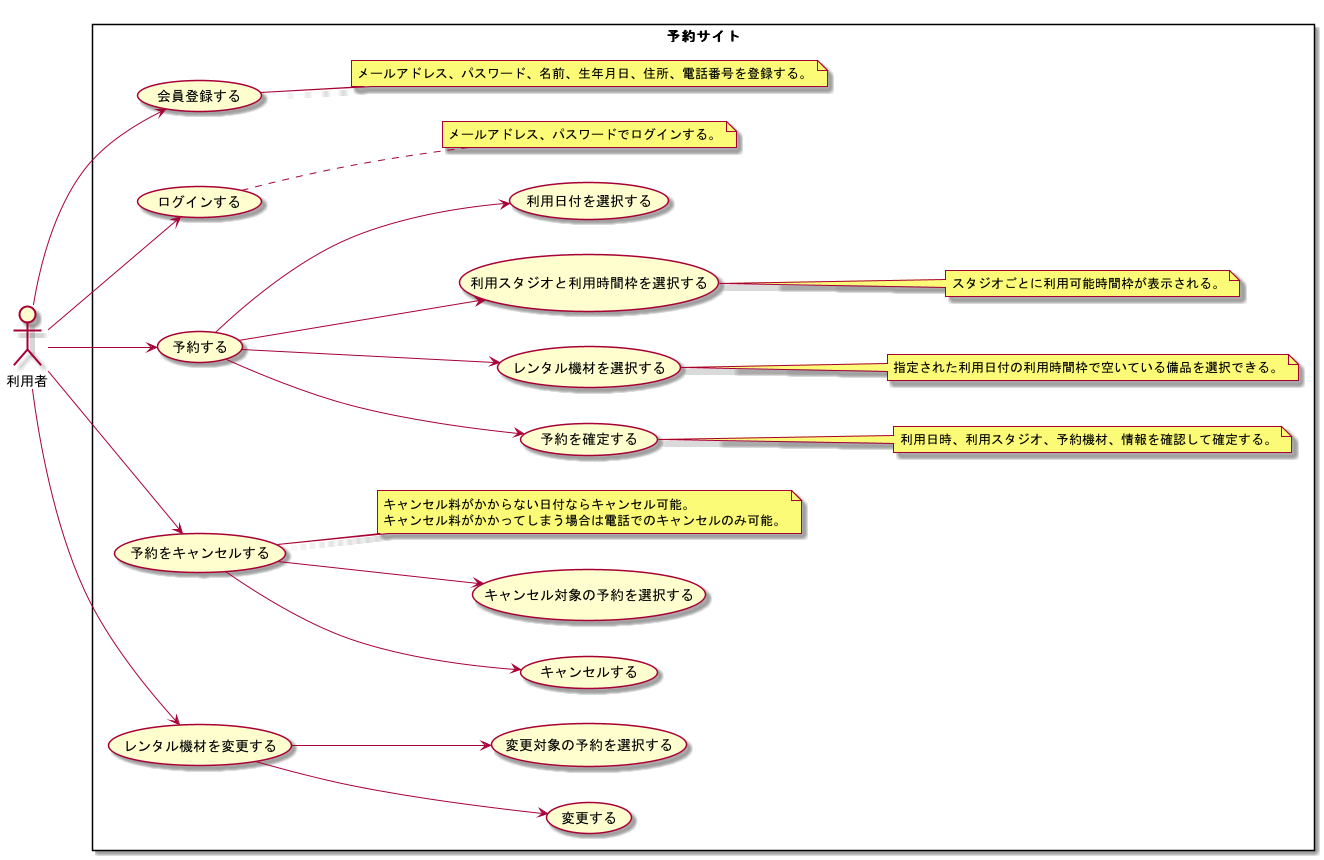
Before: modeling/05_Usecase_Web予約/Usecase.png, a diagram exported from PlantUML (TakashiOnawa/ddd-practice-studio-reservation).
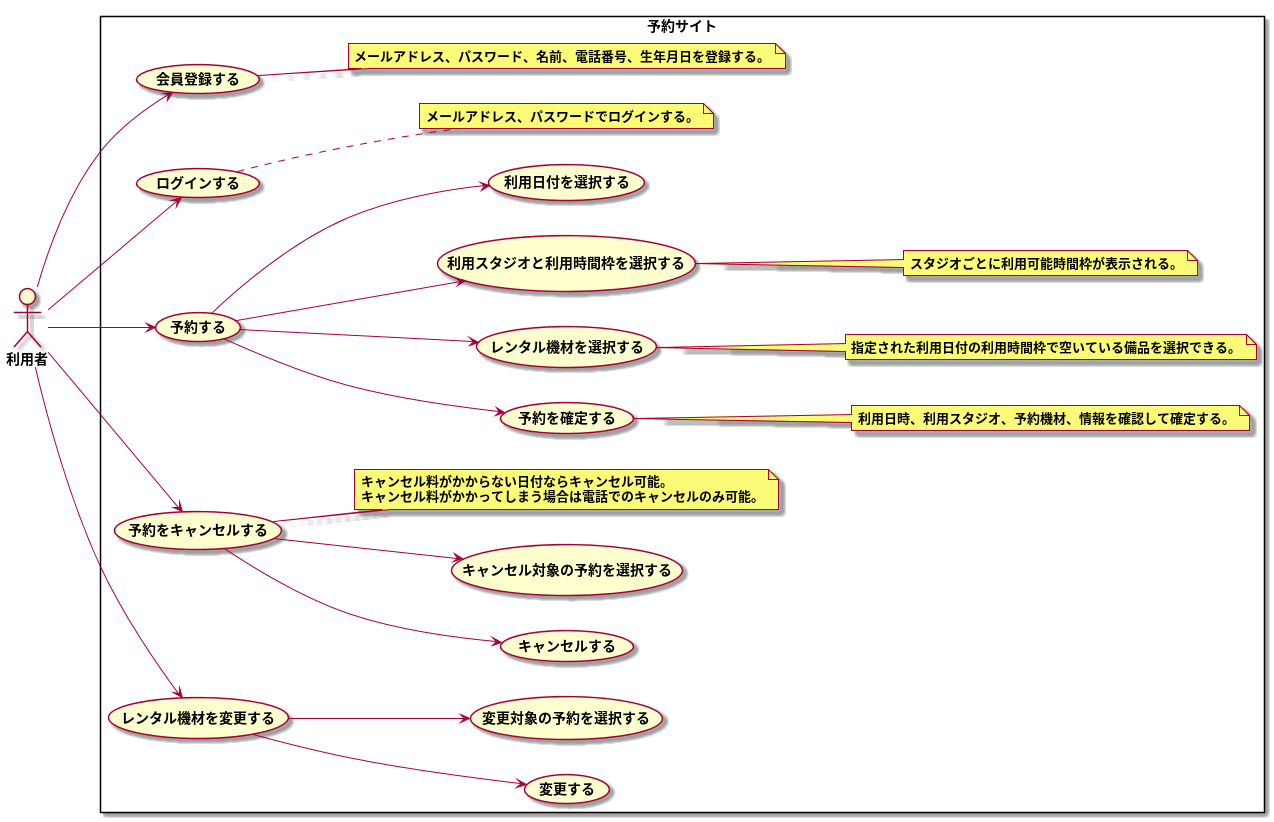
Later version of the same file.

The edit, as a diff of the source:
```diff
@@ -15,7 +15,7 @@
     (予約する) --> (利用日付を選択する)
 
     note right of (会員登録する)
-    メールアドレス、パスワード、名前、生年月日、住所、電話番号を登録する。
+    メールアドレス、パスワード、名前、電話番号、生年月日を登録する。
     end note
 
     note right of (ログインする)
```
